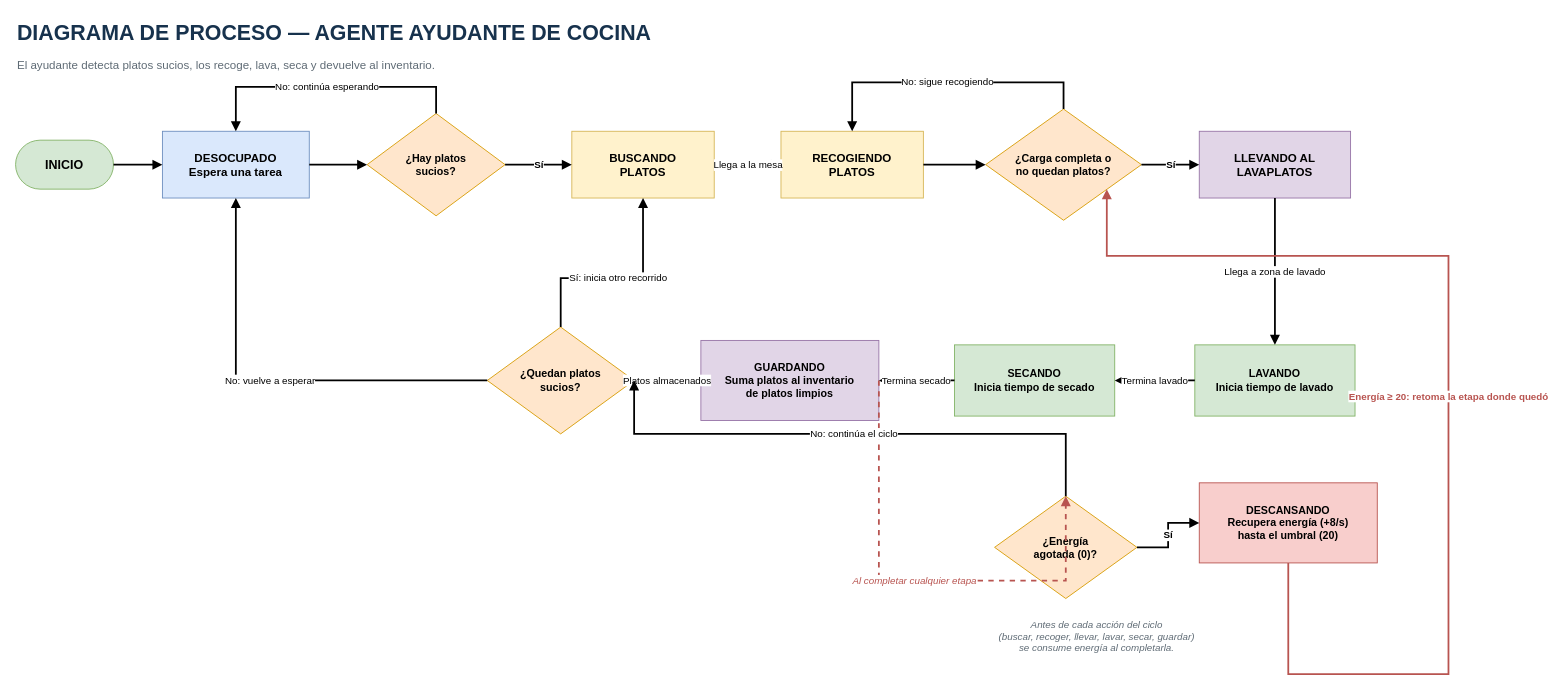
The draw.io diagram page "Agente Ayudante" (2 of 2) of diagramas_agentes.drawio in asantiagodiaz/Py_modelos_simulacion, before the edit. Source tidied: cells renumbered, new cells numbered last; positions are measured from the earlier drawing's top-left corner, leaving out a move shared by most shapes. Both pictures are drawn from the tidied source at 89%, with x=0, y=0 at pixel (15, 15).
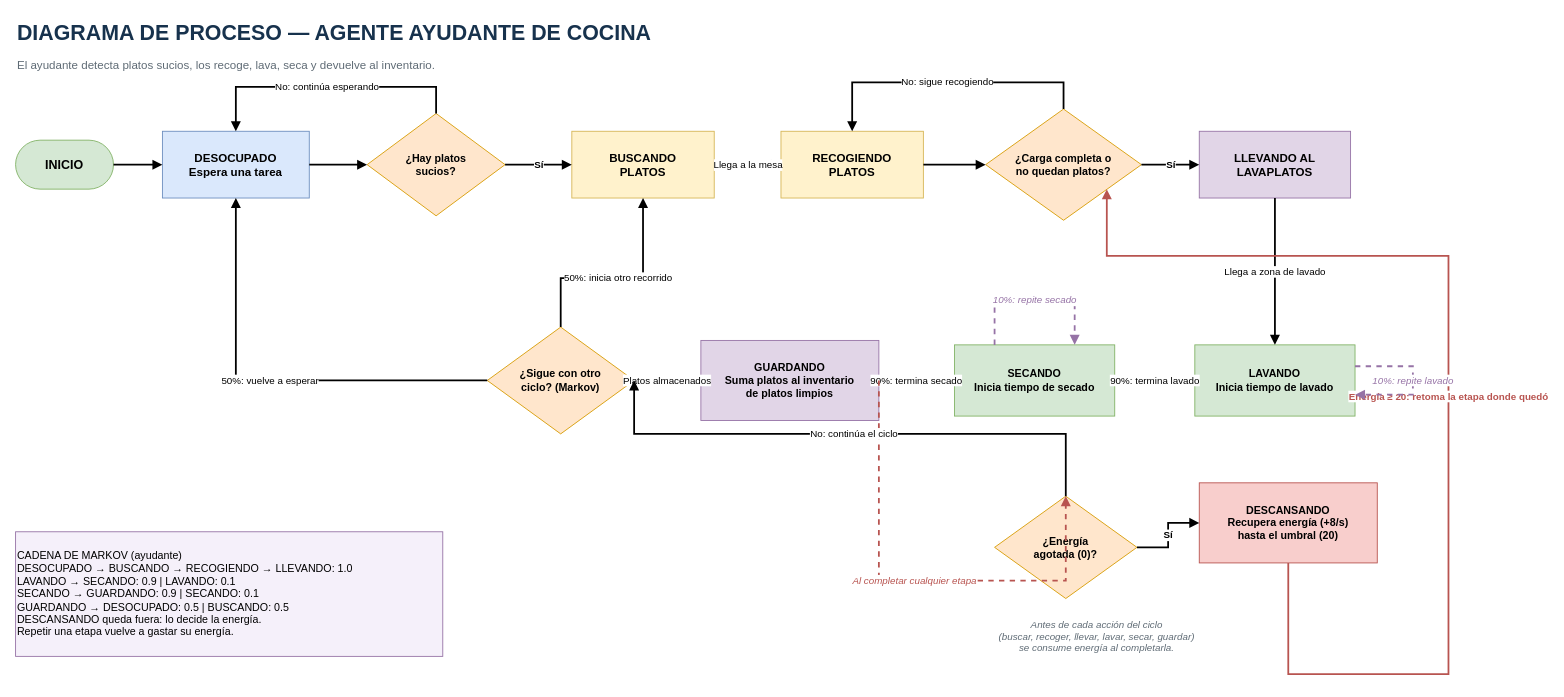
Above is the later version.

The change refers to these unchanged cells:
```xml
<mxCell id="5" value="DESOCUPADO&#10;Espera una tarea" style="rounded=0;whiteSpace=wrap;html=1;fillColor=#DAE8FC;strokeColor=#6C8EBF;fontStyle=1;fontSize=13;" parent="1" vertex="1">
  <mxGeometry x="165" y="130" width="165" height="75" as="geometry" />
</mxCell>
<mxCell id="7" value="BUSCANDO&#10;PLATOS" style="rounded=0;whiteSpace=wrap;html=1;fillColor=#FFF2CC;strokeColor=#D6B656;fontStyle=1;fontSize=13;" parent="1" vertex="1">
  <mxGeometry x="625" y="130" width="160" height="75" as="geometry" />
</mxCell>
<mxCell id="11" value="LAVANDO&#10;Inicia tiempo de lavado" style="rounded=0;whiteSpace=wrap;html=1;fillColor=#D5E8D4;strokeColor=#82B366;fontStyle=1;fontSize=12;" parent="1" vertex="1">
  <mxGeometry x="1325" y="370" width="180" height="80" as="geometry" />
</mxCell>
<mxCell id="12" value="SECANDO&#10;Inicia tiempo de secado" style="rounded=0;whiteSpace=wrap;html=1;fillColor=#D5E8D4;strokeColor=#82B366;fontStyle=1;fontSize=12;" parent="1" vertex="1">
  <mxGeometry x="1055" y="370" width="180" height="80" as="geometry" />
</mxCell>
<mxCell id="13" value="GUARDANDO&#10;Suma platos al inventario&#10;de platos limpios" style="rounded=0;whiteSpace=wrap;html=1;fillColor=#E1D5E7;strokeColor=#9673A6;fontStyle=1;fontSize=12;" parent="1" vertex="1">
  <mxGeometry x="770" y="365" width="200" height="90" as="geometry" />
</mxCell>
```

The edit, as a diff of the source:
```diff
@@
-    <mxCell id="14" value="¿Quedan platos&#10;sucios?" style="rhombus;whiteSpace=wrap;html=1;fillColor=#FFE6CC;strokeColor=#D79B00;fontStyle=1;fontSize=12;" parent="1" vertex="1">
+    <mxCell id="14" value="¿Sigue con otro&#10;ciclo? (Markov)" style="rhombus;whiteSpace=wrap;html=1;fillColor=#FFE6CC;strokeColor=#D79B00;fontStyle=1;fontSize=12;" parent="1" vertex="1">
       <mxGeometry x="530" y="350" width="165" height="120" as="geometry" />
     </mxCell>
@@
-    <mxCell id="27" value="Termina lavado" style="edgeStyle=orthogonalEdgeStyle;rounded=0;html=1;endArrow=block;endFill=1;strokeWidth=2;" parent="1" edge="1" source="11" target="12">
+    <mxCell id="27" value="90%: termina lavado" style="edgeStyle=orthogonalEdgeStyle;rounded=0;html=1;endArrow=block;endFill=1;strokeWidth=2;" parent="1" edge="1" source="11" target="12">
       <mxGeometry relative="1" as="geometry" />
     </mxCell>
-    <mxCell id="28" value="Termina secado" style="edgeStyle=orthogonalEdgeStyle;rounded=0;html=1;endArrow=block;endFill=1;strokeWidth=2;" parent="1" edge="1" source="12" target="13">
+    <mxCell id="28" value="90%: termina secado" style="edgeStyle=orthogonalEdgeStyle;rounded=0;html=1;endArrow=block;endFill=1;strokeWidth=2;" parent="1" edge="1" source="12" target="13">
       <mxGeometry relative="1" as="geometry" />
     </mxCell>
@@
-    <mxCell id="30" value="Sí: inicia otro recorrido" style="edgeStyle=orthogonalEdgeStyle;rounded=0;html=1;endArrow=block;endFill=1;strokeWidth=2;" parent="1" edge="1" source="14" target="7">
+    <mxCell id="30" value="50%: inicia otro recorrido" style="edgeStyle=orthogonalEdgeStyle;rounded=0;html=1;endArrow=block;endFill=1;strokeWidth=2;" parent="1" edge="1" source="14" target="7">
       <mxGeometry relative="1" as="geometry">
         <Array as="points">
           <mxPoint x="613" y="295" />
           <mxPoint x="705" y="295" />
         </Array>
       </mxGeometry>
     </mxCell>
-    <mxCell id="31" value="No: vuelve a esperar" style="edgeStyle=orthogonalEdgeStyle;rounded=0;html=1;endArrow=block;endFill=1;strokeWidth=2;" parent="1" edge="1" source="14" target="5">
+    <mxCell id="31" value="50%: vuelve a esperar" style="edgeStyle=orthogonalEdgeStyle;rounded=0;html=1;endArrow=block;endFill=1;strokeWidth=2;" parent="1" edge="1" source="14" target="5">
       <mxGeometry relative="1" as="geometry">
         <Array as="points">
           <mxPoint x="473" y="410" />
           <mxPoint x="248" y="410" />
         </Array>
       </mxGeometry>
     </mxCell>
@@
+    <mxCell id="36" value="10%: repite lavado" style="edgeStyle=orthogonalEdgeStyle;rounded=0;html=1;endArrow=block;endFill=1;strokeWidth=2;dashed=1;strokeColor=#9673A6;fontStyle=2;fontColor=#9673A6;exitX=1;exitY=0.3;entryX=1;entryY=0.7;" parent="1" edge="1" source="11" target="11">
+      <mxGeometry relative="1" as="geometry">
+        <Array as="points">
+          <mxPoint x="1570" y="394" />
+          <mxPoint x="1570" y="426" />
+        </Array>
+      </mxGeometry>
+    </mxCell>
+    <mxCell id="37" value="10%: repite secado" style="edgeStyle=orthogonalEdgeStyle;rounded=0;html=1;endArrow=block;endFill=1;strokeWidth=2;dashed=1;strokeColor=#9673A6;fontStyle=2;fontColor=#9673A6;exitX=0.25;exitY=0;entryX=0.75;entryY=0;" parent="1" edge="1" source="12" target="12">
+      <mxGeometry relative="1" as="geometry">
+        <Array as="points">
+          <mxPoint x="1100" y="320" />
+          <mxPoint x="1190" y="320" />
+        </Array>
+      </mxGeometry>
+    </mxCell>
+    <mxCell id="38" value="CADENA DE MARKOV (ayudante)&#10;DESOCUPADO → BUSCANDO → RECOGIENDO → LLEVANDO: 1.0&#10;LAVANDO → SECANDO: 0.9 | LAVANDO: 0.1&#10;SECANDO → GUARDANDO: 0.9 | SECANDO: 0.1&#10;GUARDANDO → DESOCUPADO: 0.5 | BUSCANDO: 0.5&#10;DESCANSANDO queda fuera: lo decide la energía.&#10;Repetir una etapa vuelve a gastar su energía." style="text;html=1;strokeColor=#9673A6;fillColor=#F5F0FA;align=left;verticalAlign=middle;whiteSpace=wrap;fontSize=12;" parent="1" vertex="1">
+      <mxGeometry y="580" width="480" height="140" as="geometry" />
+    </mxCell>
```
